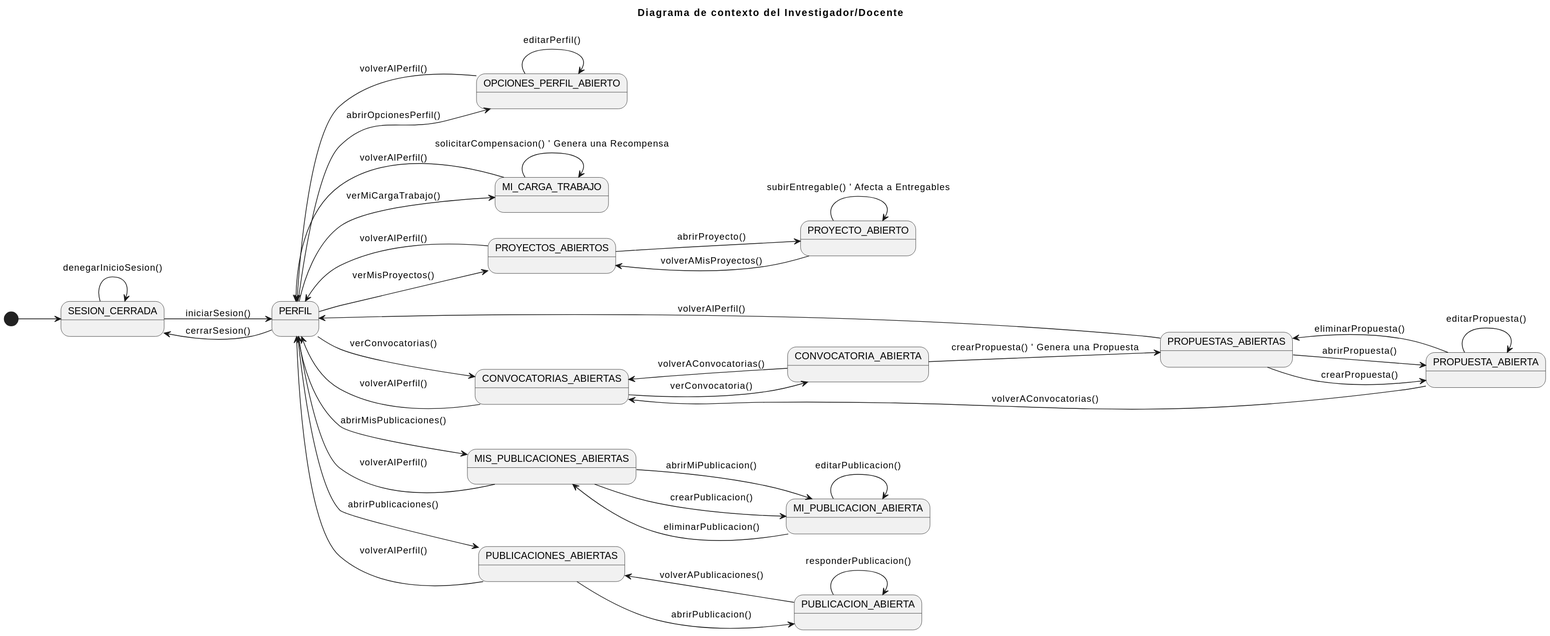
The PlantUML diagram documents/CasosDeUso/DiagramaContexto/DiagramaContextoInvestigador.svg in 31Diego/25-26-IdSw1-SdR, before a commit. The source it was exported from:
```plantuml
@startuml
title Diagrama de contexto del Investigador/Docente

left to right direction

[*] --> SESION_CERRADA
SESION_CERRADA --> SESION_CERRADA : denegarInicioSesion()
SESION_CERRADA --> PERFIL : iniciarSesion()

PERFIL --> SESION_CERRADA : cerrarSesion()
PERFIL --> OPCIONES_PERFIL_ABIERTO : abrirOpcionesPerfil()
PERFIL --> MI_CARGA_TRABAJO : verMiCargaTrabajo()
PERFIL --> PROYECTOS_ABIERTOS : verMisProyectos()
PERFIL --> CONVOCATORIAS_ABIERTAS : verConvocatorias()
PERFIL --> MIS_PUBLICACIONES_ABIERTAS : abrirMisPublicaciones()
PERFIL --> PUBLICACIONES_ABIERTAS : abrirPublicaciones()

PUBLICACIONES_ABIERTAS --> PUBLICACION_ABIERTA : abrirPublicacion()
PUBLICACION_ABIERTA --> PUBLICACION_ABIERTA : responderPublicacion()
PUBLICACION_ABIERTA --> PUBLICACIONES_ABIERTAS : volverAPublicaciones()

MIS_PUBLICACIONES_ABIERTAS --> MI_PUBLICACION_ABIERTA : abrirMiPublicacion()
MIS_PUBLICACIONES_ABIERTAS --> MI_PUBLICACION_ABIERTA : crearPublicacion()
MI_PUBLICACION_ABIERTA --> MI_PUBLICACION_ABIERTA : editarPublicacion()
MI_PUBLICACION_ABIERTA --> MIS_PUBLICACIONES_ABIERTAS : eliminarPublicacion()

OPCIONES_PERFIL_ABIERTO --> OPCIONES_PERFIL_ABIERTO : editarPerfil()
OPCIONES_PERFIL_ABIERTO --> PERFIL : volverAlPerfil()

MI_CARGA_TRABAJO --> MI_CARGA_TRABAJO : solicitarCompensacion() ' Genera una Recompensa
MI_CARGA_TRABAJO --> PERFIL : volverAlPerfil()

PROYECTOS_ABIERTOS --> PROYECTO_ABIERTO : abrirProyecto()
PROYECTO_ABIERTO --> PROYECTO_ABIERTO : subirEntregable() ' Afecta a Entregables
PROYECTO_ABIERTO --> PROYECTOS_ABIERTOS : volverAMisProyectos()

CONVOCATORIAS_ABIERTAS --> CONVOCATORIA_ABIERTA : verConvocatoria()
CONVOCATORIA_ABIERTA --> CONVOCATORIAS_ABIERTAS : volverAConvocatorias()
CONVOCATORIA_ABIERTA --> PROPUESTAS_ABIERTAS : crearPropuesta() ' Genera una Propuesta

PROPUESTAS_ABIERTAS --> PROPUESTA_ABIERTA : abrirPropuesta()
PROPUESTAS_ABIERTAS --> PROPUESTA_ABIERTA : crearPropuesta()

PROPUESTA_ABIERTA --> PROPUESTA_ABIERTA : editarPropuesta()
PROPUESTA_ABIERTA --> PROPUESTAS_ABIERTAS : eliminarPropuesta()
PROPUESTA_ABIERTA --> CONVOCATORIAS_ABIERTAS : volverAConvocatorias()

PUBLICACIONES_ABIERTAS --> PERFIL : volverAlPerfil()
MIS_PUBLICACIONES_ABIERTAS --> PERFIL : volverAlPerfil()
PROYECTOS_ABIERTOS --> PERFIL : volverAlPerfil()
CONVOCATORIAS_ABIERTAS --> PERFIL : volverAlPerfil()
PROPUESTAS_ABIERTAS --> PERFIL : volverAlPerfil()
@enduml
```
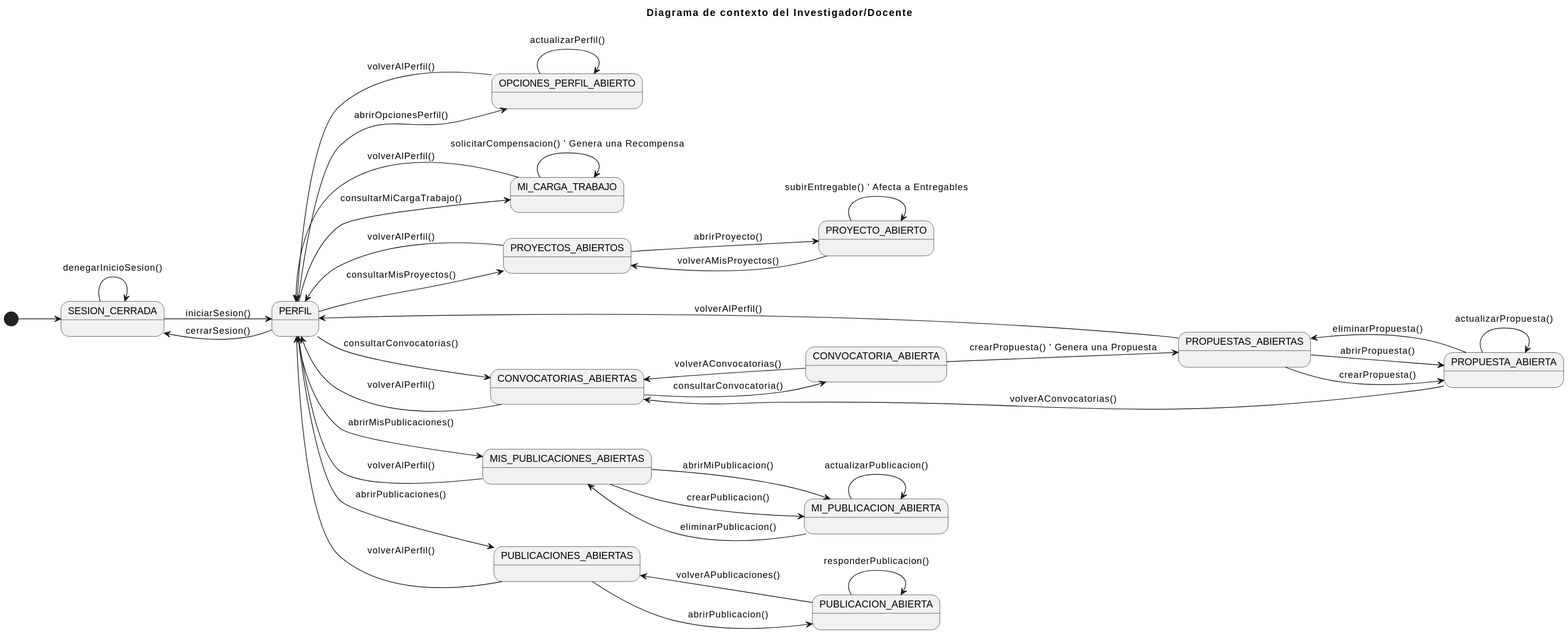
The same diagram one commit later.

What changed in the source:
```diff
@@ -9,9 +9,9 @@
 
 PERFIL --> SESION_CERRADA : cerrarSesion()
 PERFIL --> OPCIONES_PERFIL_ABIERTO : abrirOpcionesPerfil()
-PERFIL --> MI_CARGA_TRABAJO : verMiCargaTrabajo()
-PERFIL --> PROYECTOS_ABIERTOS : verMisProyectos()
-PERFIL --> CONVOCATORIAS_ABIERTAS : verConvocatorias()
+PERFIL --> MI_CARGA_TRABAJO : consultarMiCargaTrabajo()
+PERFIL --> PROYECTOS_ABIERTOS : consultarMisProyectos()
+PERFIL --> CONVOCATORIAS_ABIERTAS : consultarConvocatorias()
 PERFIL --> MIS_PUBLICACIONES_ABIERTAS : abrirMisPublicaciones()
 PERFIL --> PUBLICACIONES_ABIERTAS : abrirPublicaciones()
 
@@ -21,10 +21,10 @@
 
 MIS_PUBLICACIONES_ABIERTAS --> MI_PUBLICACION_ABIERTA : abrirMiPublicacion()
 MIS_PUBLICACIONES_ABIERTAS --> MI_PUBLICACION_ABIERTA : crearPublicacion()
-MI_PUBLICACION_ABIERTA --> MI_PUBLICACION_ABIERTA : editarPublicacion()
+MI_PUBLICACION_ABIERTA --> MI_PUBLICACION_ABIERTA : actualizarPublicacion()
 MI_PUBLICACION_ABIERTA --> MIS_PUBLICACIONES_ABIERTAS : eliminarPublicacion()
 
-OPCIONES_PERFIL_ABIERTO --> OPCIONES_PERFIL_ABIERTO : editarPerfil()
+OPCIONES_PERFIL_ABIERTO --> OPCIONES_PERFIL_ABIERTO : actualizarPerfil()
 OPCIONES_PERFIL_ABIERTO --> PERFIL : volverAlPerfil()
 
 MI_CARGA_TRABAJO --> MI_CARGA_TRABAJO : solicitarCompensacion() ' Genera una Recompensa
@@ -34,14 +34,14 @@
 PROYECTO_ABIERTO --> PROYECTO_ABIERTO : subirEntregable() ' Afecta a Entregables
 PROYECTO_ABIERTO --> PROYECTOS_ABIERTOS : volverAMisProyectos()
 
-CONVOCATORIAS_ABIERTAS --> CONVOCATORIA_ABIERTA : verConvocatoria()
+CONVOCATORIAS_ABIERTAS --> CONVOCATORIA_ABIERTA : consultarConvocatoria()
 CONVOCATORIA_ABIERTA --> CONVOCATORIAS_ABIERTAS : volverAConvocatorias()
 CONVOCATORIA_ABIERTA --> PROPUESTAS_ABIERTAS : crearPropuesta() ' Genera una Propuesta
 
 PROPUESTAS_ABIERTAS --> PROPUESTA_ABIERTA : abrirPropuesta()
 PROPUESTAS_ABIERTAS --> PROPUESTA_ABIERTA : crearPropuesta()
 
-PROPUESTA_ABIERTA --> PROPUESTA_ABIERTA : editarPropuesta()
+PROPUESTA_ABIERTA --> PROPUESTA_ABIERTA : actualizarPropuesta()
 PROPUESTA_ABIERTA --> PROPUESTAS_ABIERTAS : eliminarPropuesta()
 PROPUESTA_ABIERTA --> CONVOCATORIAS_ABIERTAS : volverAConvocatorias()
 
```
